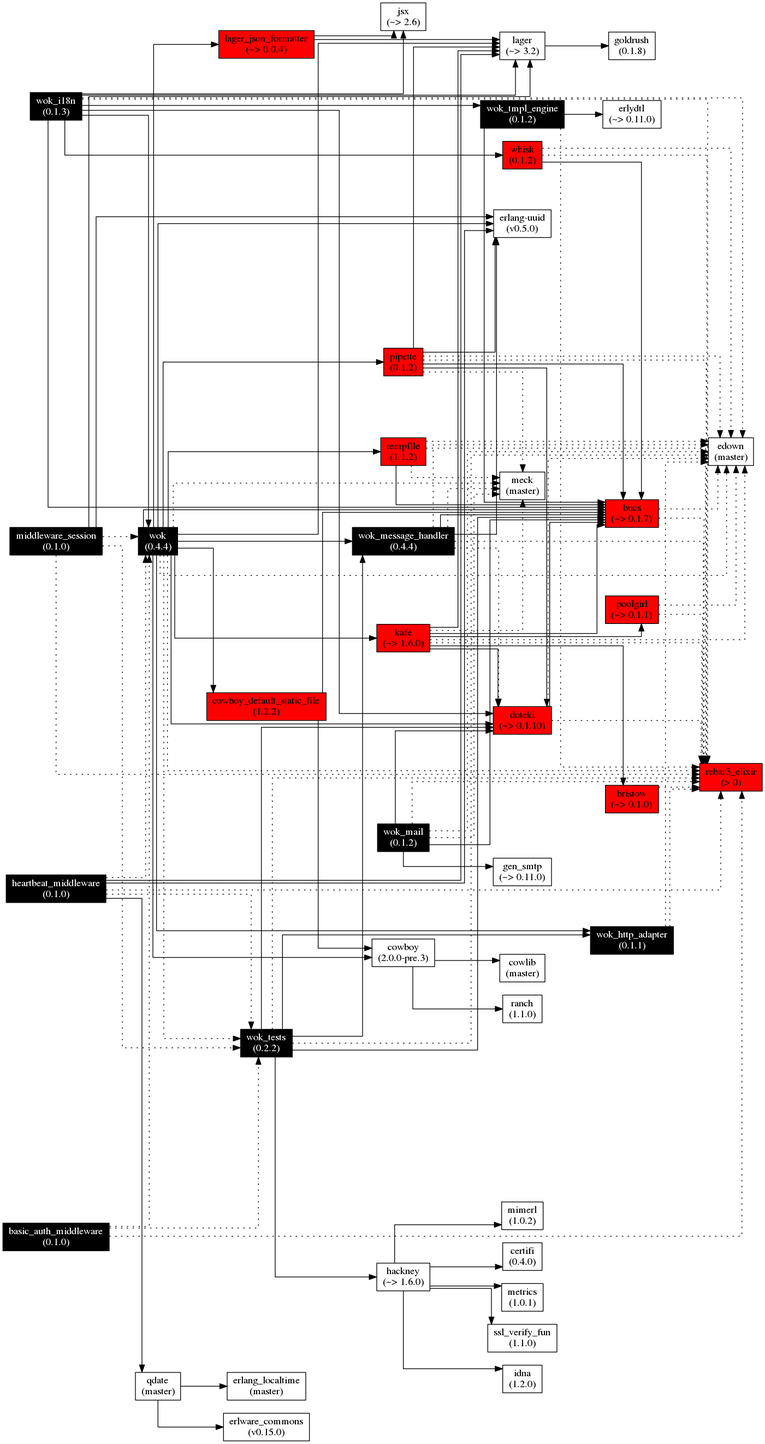
botsunit/wok keeps this Graphviz diagram as images/wok.deps.png. Above is the earlier version. Its source is kept beside it as images/wok.deps.gv.
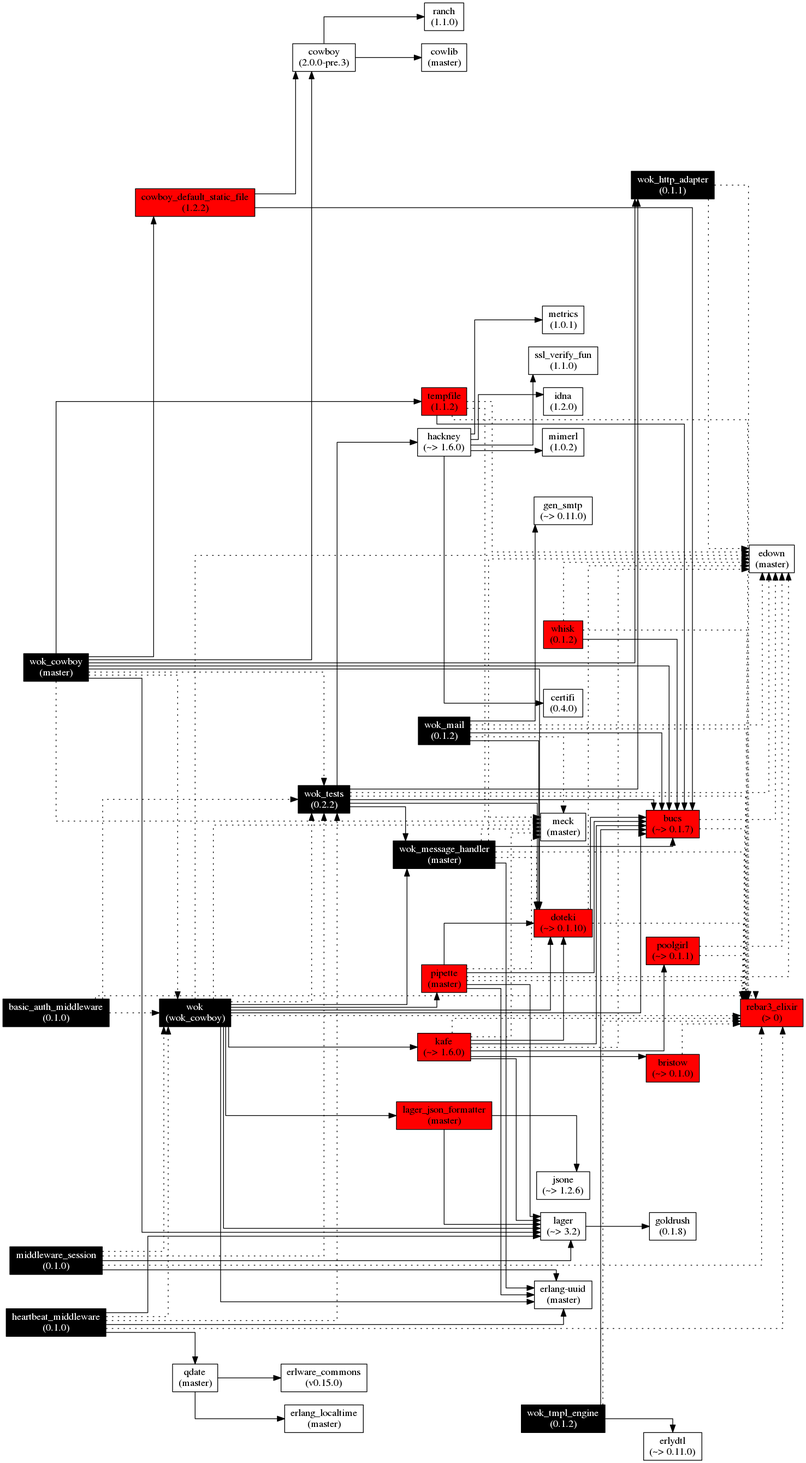
Later version of the same file.

What changed in the source:
```diff
@@ -6,25 +6,25 @@
     rankdir=LR;
   ]
 
-  wok[label="wok\n(0.4.4)", fontcolor="white", style="filled", fillcolor="black"];
+  wok[label="wok\n(wok_cowboy)", fontcolor="white", style="filled", fillcolor="black"];
   lager[label="lager\n(~> 3.2)"];
-  lager_json_formatter[label="lager_json_formatter\n(~> 0.0.4)", style="filled", fillcolor="red"];
+  lager_json_formatter[label="lager_json_formatter\n(master)", style="filled", fillcolor="red"];
   wok_http_adapter[label="wok_http_adapter\n(0.1.1)", fontcolor="white", style="filled", fillcolor="black"];
-  wok_message_handler[label="wok_message_handler\n(0.4.4)", fontcolor="white", style="filled", fillcolor="black"];
-  pipette[label="pipette\n(0.1.2)", style="filled", fillcolor="red"];
+  wok_message_handler[label="wok_message_handler\n(master)", fontcolor="white", style="filled", fillcolor="black"];
+  pipette[label="pipette\n(master)", style="filled", fillcolor="red"];
   kafe[label="kafe\n(~> 1.6.0)", style="filled", fillcolor="red"];
   cowboy[label="cowboy\n(2.0.0-pre.3)"];
   cowboy_default_static_file[label="cowboy_default_static_file\n(1.2.2)", style="filled", fillcolor="red"];
   bucs[label="bucs\n(~> 0.1.7)", style="filled", fillcolor="red"];
   doteki[label="doteki\n(~> 0.1.10)", style="filled", fillcolor="red"];
-  uuid[label="erlang-uuid\n(v0.5.0)"];
+  uuid[label="erlang-uuid\n(master)"];
   tempfile[label="tempfile\n(1.1.2)", style="filled", fillcolor="red"];
   rebar3_elixir[label="rebar3_elixir\n(> 0)", style="filled", fillcolor="red"];
   wok_tests[label="wok_tests\n(0.2.2)", fontcolor="white", style="filled", fillcolor="black"];
   meck[label="meck\n(master)"];
   edown[label="edown\n(master)"];
   goldrush[label="goldrush\n(0.1.8)"];
-  jsx[label="jsx\n(~> 2.6)"];
+  jsone[label="jsone\n(~> 1.2.6)"];
   poolgirl[label="poolgirl\n(~> 0.1.1)", style="filled", fillcolor="red"];
   bristow[label="bristow\n(~> 0.1.0)", style="filled", fillcolor="red"];
   cowlib[label="cowlib\n(master)"];
@@ -37,7 +37,6 @@
   ssl_verify_fun[label="ssl_verify_fun\n(1.1.0)"];
   wok_mail[label="wok_mail\n(0.1.2)", fontcolor="white", style="filled", fillcolor="black"];
   gen_smtp[label="gen_smtp\n(~> 0.11.0)"];
-  wok_i18n[label="wok_i18n\n(0.1.3)", fontcolor="white", style="filled", fillcolor="black"];
   wok_tmpl_engine[label="wok_tmpl_engine\n(0.1.2)", fontcolor="white", style="filled", fillcolor="black"];
   whisk[label="whisk\n(0.1.2)", style="filled", fillcolor="red"];
   erlydtl[label="erlydtl\n(~> 0.11.0)"];
@@ -47,28 +46,36 @@
   qdate[label="qdate\n(master)"];
   erlware_commons[label="erlware_commons\n(v0.15.0)"];
   erlang_localtime[label="erlang_localtime\n(master)"];
+  wok_cowboy[label="wok_cowboy\n(master)", fontcolor="white", style="filled", fillcolor="black"];
 
   wok -> lager;
   wok -> lager_json_formatter
-  wok -> wok_http_adapter;
   wok -> wok_message_handler;
   wok -> pipette;
   wok -> kafe;
-  wok -> cowboy;
-  wok -> cowboy_default_static_file;
   wok -> bucs;
   wok -> doteki;
   wok -> uuid;
-  wok -> tempfile;
   wok-> rebar3_elixir[style=dotted];
   wok -> meck[style=dotted];
   wok -> wok_tests[style=dotted];
   wok -> edown[style=dotted];
 
+  wok_cowboy -> lager;
+  wok_cowboy -> wok_http_adapter;
+  wok_cowboy -> cowboy;
+  wok_cowboy -> cowboy_default_static_file;
+  wok_cowboy -> bucs;
+  wok_cowboy -> doteki;
+  wok_cowboy -> tempfile;
+  wok_cowboy -> meck[style=dotted];
+  wok_cowboy -> wok_tests[style=dotted];
+  wok_cowboy -> wok[style=dotted];
+
   lager -> goldrush;
 
   lager_json_formatter -> lager;
-  lager_json_formatter -> jsx;
+  lager_json_formatter -> jsone;
 
   wok_http_adapter -> edown[style=dotted];
   wok_http_adapter -> rebar3_elixir[style=dotted];
@@ -141,15 +148,6 @@
   wok_mail -> edown[style=dotted];
   wok_mail -> rebar3_elixir[style=dotted];
 
-  wok_i18n -> jsx;
-  wok_i18n -> lager;
-  wok_i18n -> wok_tmpl_engine;
-  wok_i18n -> whisk;
-  wok_i18n -> wok;
-  wok_i18n -> bucs;
-  wok_i18n -> doteki;
-  wok_i18n -> edown[style=dotted];
-  wok_i18n -> rebar3_elixir[style=dotted];
 
   wok_tmpl_engine -> bucs;
   wok_tmpl_engine -> erlydtl;
```
